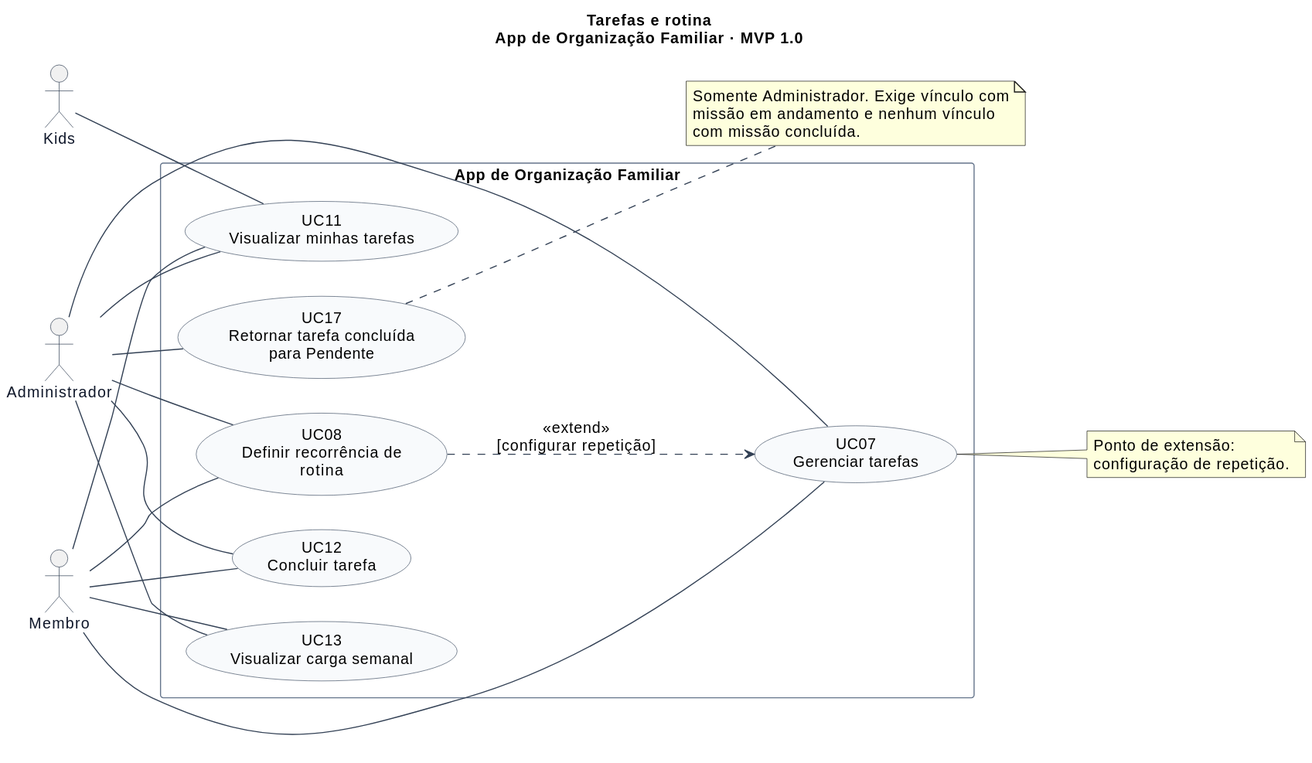
The PlantUML diagram docs/diagramas/casos-de-uso/03-tarefas-rotina.svg in lizandramalta/App-Rotina-Familiar, before a commit. The source it was exported from:
```plantuml
@startuml
left to right direction
skinparam shadowing false
skinparam backgroundColor white
skinparam defaultFontName SansSerif
skinparam defaultFontSize 14
skinparam ArrowColor #334155
skinparam actorBorderColor #334155
skinparam actorFontColor #0F172A
skinparam usecaseBackgroundColor #F8FAFC
skinparam usecaseBorderColor #475569
skinparam rectangleBorderColor #64748B
skinparam packageStyle rectangle
skinparam nodesep 32
skinparam ranksep 55
title Tarefas e rotina\nApp de Organização Familiar · MVP 1.0

actor "Administrador" as Admin
actor "Membro" as Membro
actor "Kids" as Kids

rectangle "App de Organização Familiar" {
  usecase "UC07\nGerenciar tarefas" as UC07
  usecase "UC08\nDefinir recorrência de\nrotina" as UC08
  usecase "UC11\nVisualizar minhas tarefas" as UC11
  usecase "UC12\nConcluir tarefa" as UC12
  usecase "UC13\nVisualizar carga semanal" as UC13
  usecase "UC17\nRetornar tarefa concluída\npara Pendente" as UC17
}

Admin -- UC07
Admin -- UC08
Admin -- UC11
Admin -- UC12
Admin -- UC13
Admin -- UC17
Membro -- UC07
Membro -- UC08
Membro -- UC11
Membro -- UC12
Membro -- UC13
Kids -- UC11
UC08 ..> UC07 : <<extend>>\n[configurar repetição]
note right of UC07
  Ponto de extensão:
  configuração de repetição.
end note
note right of UC17
  Somente Administrador. Exige vínculo com
  missão em andamento e nenhum vínculo
  com missão concluída.
end note
@enduml
```
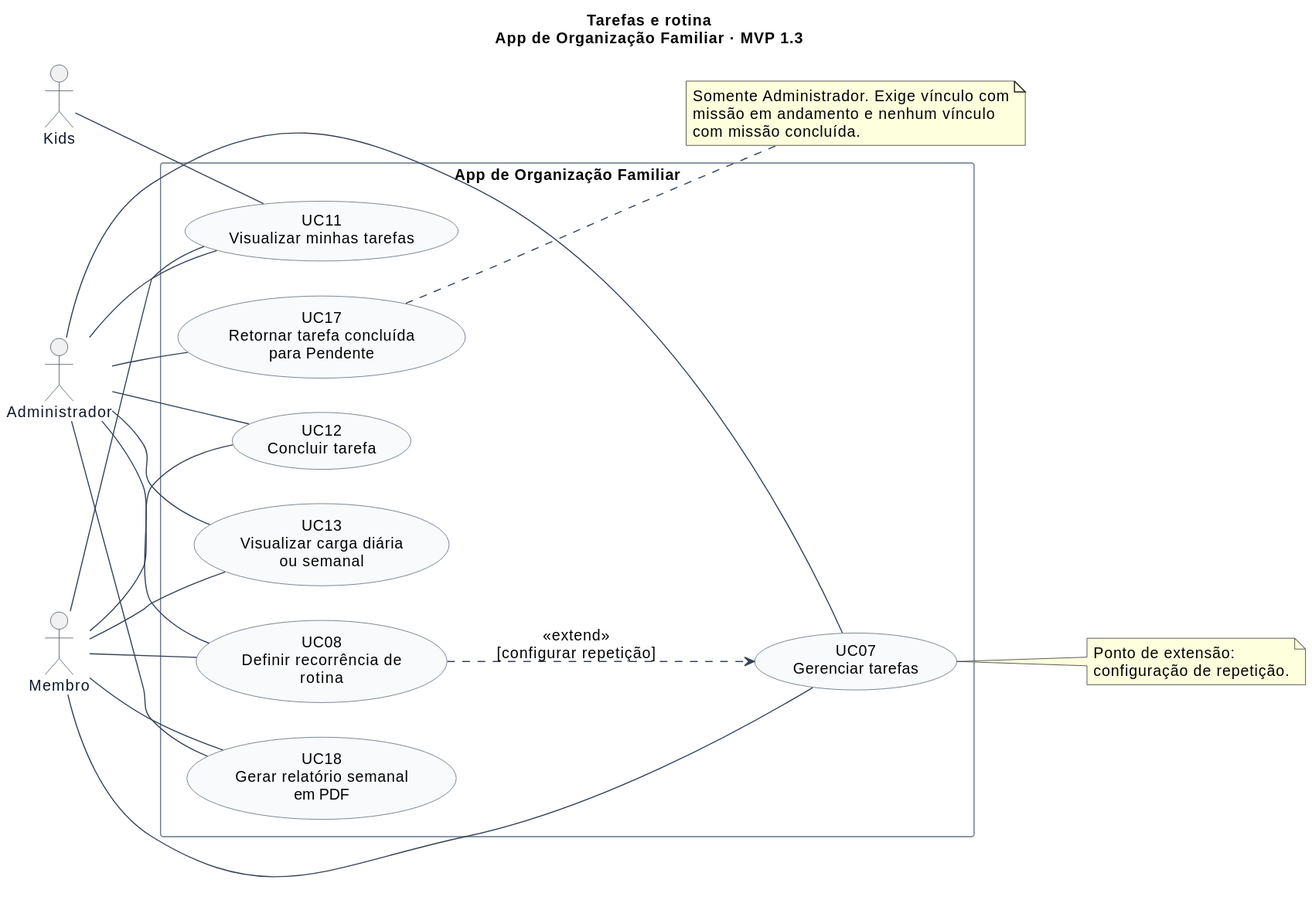
Above is the later version.

Diff of the diagram source:
```diff
@@ -13,7 +13,7 @@
 skinparam packageStyle rectangle
 skinparam nodesep 32
 skinparam ranksep 55
-title Tarefas e rotina\nApp de Organização Familiar · MVP 1.0
+title Tarefas e rotina\nApp de Organização Familiar · MVP 1.3
 
 actor "Administrador" as Admin
 actor "Membro" as Membro
@@ -24,7 +24,8 @@
   usecase "UC08\nDefinir recorrência de\nrotina" as UC08
   usecase "UC11\nVisualizar minhas tarefas" as UC11
   usecase "UC12\nConcluir tarefa" as UC12
-  usecase "UC13\nVisualizar carga semanal" as UC13
+  usecase "UC13\nVisualizar carga diária\nou semanal" as UC13
+  usecase "UC18\nGerar relatório semanal\nem PDF" as UC18
   usecase "UC17\nRetornar tarefa concluída\npara Pendente" as UC17
 }
 
@@ -33,12 +34,14 @@
 Admin -- UC11
 Admin -- UC12
 Admin -- UC13
+Admin -- UC18
 Admin -- UC17
 Membro -- UC07
 Membro -- UC08
 Membro -- UC11
 Membro -- UC12
 Membro -- UC13
+Membro -- UC18
 Kids -- UC11
 UC08 ..> UC07 : <<extend>>\n[configurar repetição]
 note right of UC07
```
